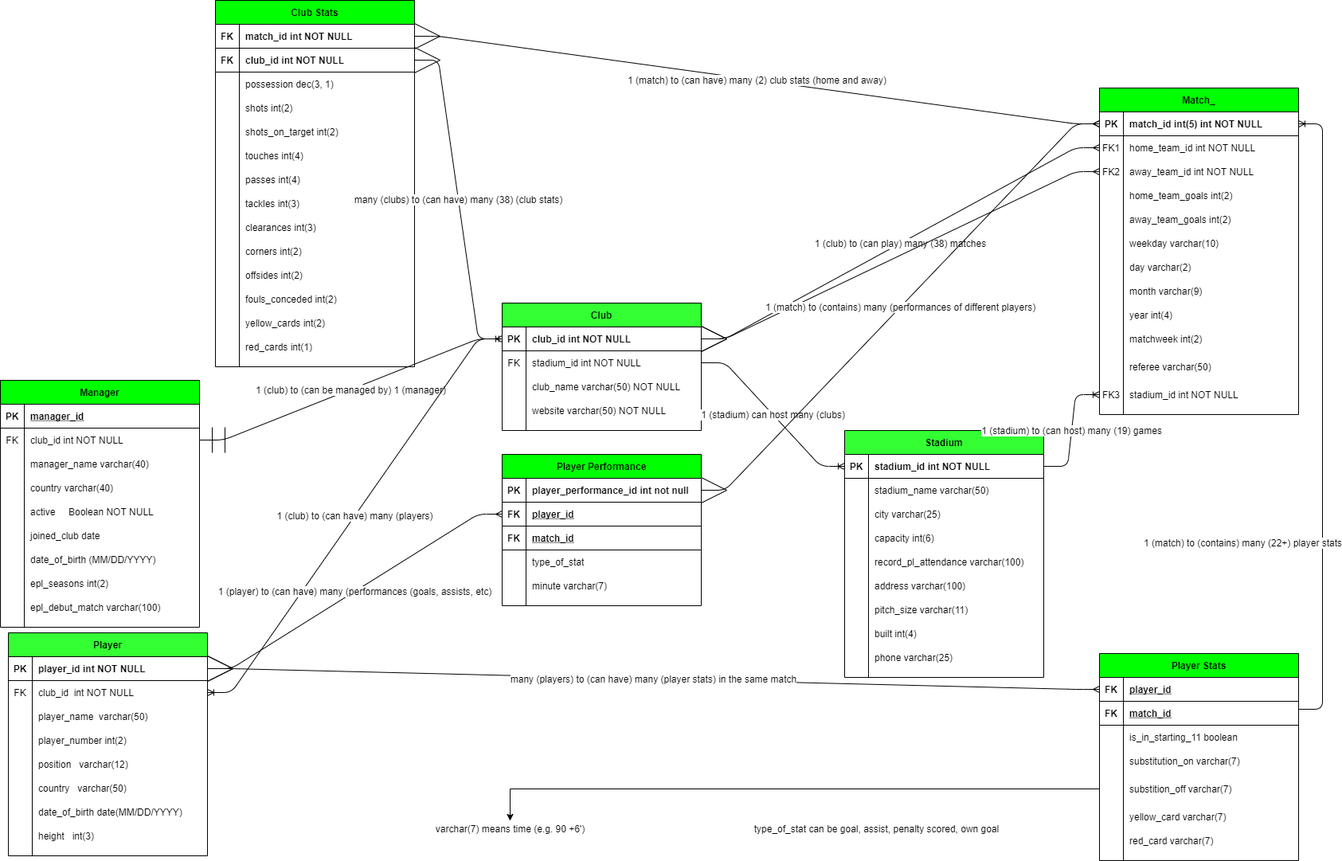
Above: Premier League Database Model.png in narekzamanyan97/Scraped-EPL-Data-Into-a-Database (draw.io), before the change. Source tidied: cells renumbered, new cells last; positions are measured from the earlier drawing's top-left corner, leaving out a move shared by most shapes.
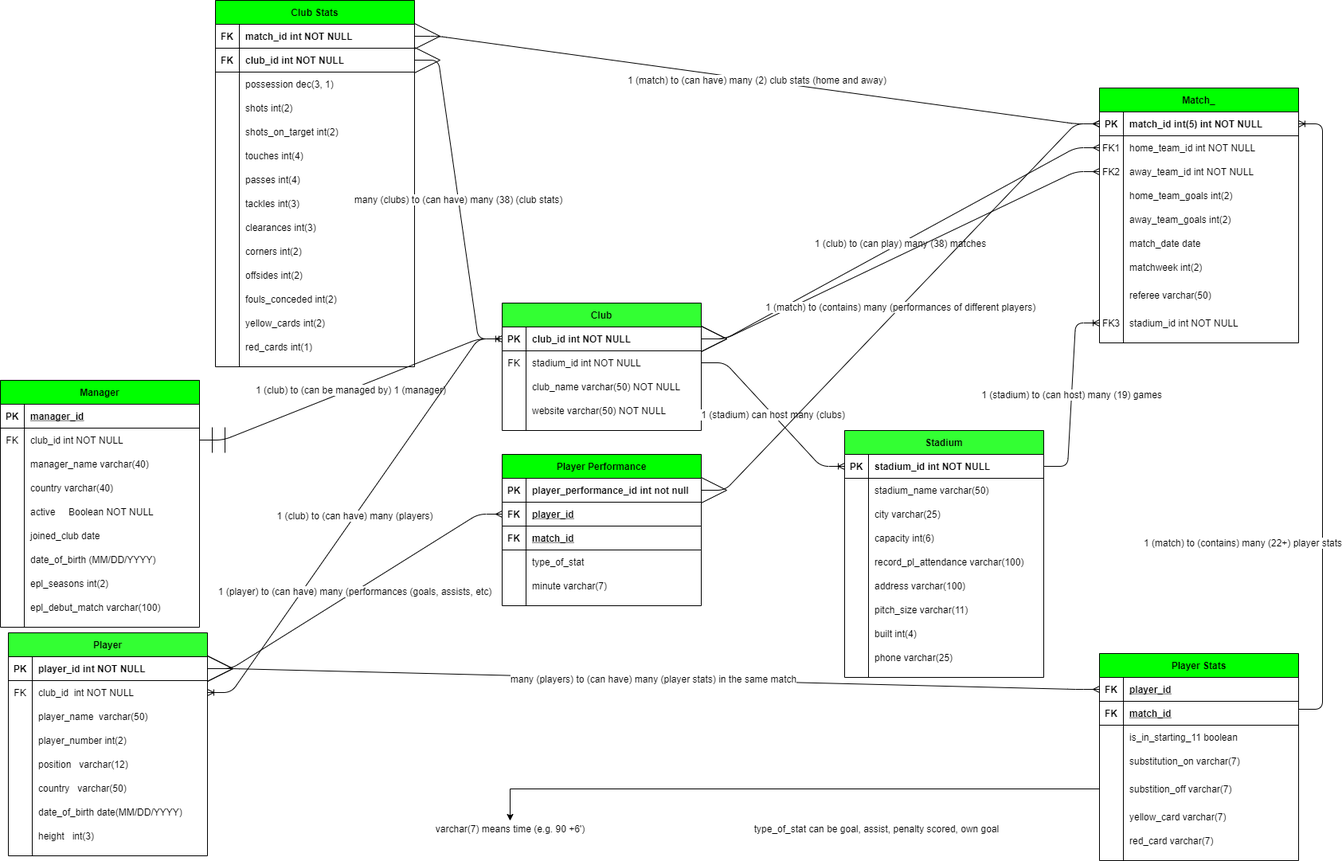
The same file after the commit.

Commit message:
Removed the weekday, day, month, and year, and added match_date column from the model..png

What changed in the source:
```diff
@@ -87,7 +87,7 @@
       <mxGeometry x="30" width="220" height="30" as="geometry" />
     </mxCell>
     <mxCell id="30" value="Match_" style="shape=table;startSize=30;rowLines=0;fontStyle=1;align=center;fillColor=#00FF00;" parent="1" vertex="1">
-      <mxGeometry x="1380" y="110" width="250" height="410" as="geometry" />
+      <mxGeometry x="1380" y="110" width="250" height="320" as="geometry" />
     </mxCell>
     <mxCell id="31" style="shape=partialRectangle;fillColor=none;points=[[0,0.5],[1,0.5]];portConstraint=eastwest;top=0;left=0;right=0;bottom=1;" parent="30" vertex="1">
       <mxGeometry y="30" width="250" height="30" as="geometry" />
@@ -134,44 +134,17 @@
     <mxCell id="45" value="away_team_goals int(2)" style="shape=partialRectangle;overflow=hidden;fillColor=none;top=0;left=0;bottom=0;right=0;align=left;spacingLeft=6;" parent="43" vertex="1">
       <mxGeometry x="30" width="220" height="30" as="geometry" />
     </mxCell>
-    <mxCell id="46" style="shape=partialRectangle;fillColor=none;top=0;left=0;right=0;bottom=0;" parent="30" vertex="1">
-      <mxGeometry y="180" width="250" height="30" as="geometry" />
-    </mxCell>
-    <mxCell id="47" style="shape=partialRectangle;overflow=hidden;fillColor=none;top=0;left=0;bottom=0;right=0;" parent="46" vertex="1">
-      <mxGeometry width="30" height="30" as="geometry" />
-    </mxCell>
-    <mxCell id="48" value="weekday varchar(10)" style="shape=partialRectangle;overflow=hidden;fillColor=none;top=0;left=0;bottom=0;right=0;align=left;spacingLeft=6;" parent="46" vertex="1">
-      <mxGeometry x="30" width="220" height="30" as="geometry" />
-    </mxCell>
-    <mxCell id="49" style="shape=partialRectangle;fillColor=none;top=0;left=0;right=0;bottom=0;" parent="30" vertex="1">
-      <mxGeometry y="210" width="250" height="30" as="geometry" />
-    </mxCell>
-    <mxCell id="50" style="shape=partialRectangle;overflow=hidden;fillColor=none;top=0;left=0;bottom=0;right=0;" parent="49" vertex="1">
-      <mxGeometry width="30" height="30" as="geometry" />
-    </mxCell>
-    <mxCell id="51" value="day varchar(2)" style="shape=partialRectangle;overflow=hidden;fillColor=none;top=0;left=0;bottom=0;right=0;align=left;spacingLeft=6;" parent="49" vertex="1">
-      <mxGeometry x="30" width="220" height="30" as="geometry" />
-    </mxCell>
-    <mxCell id="52" style="shape=partialRectangle;fillColor=none;top=0;left=0;right=0;bottom=0;" parent="30" vertex="1">
-      <mxGeometry y="240" width="250" height="30" as="geometry" />
-    </mxCell>
-    <mxCell id="53" style="shape=partialRectangle;overflow=hidden;fillColor=none;top=0;left=0;bottom=0;right=0;" parent="52" vertex="1">
-      <mxGeometry width="30" height="30" as="geometry" />
-    </mxCell>
-    <mxCell id="54" value="month varchar(9)" style="shape=partialRectangle;overflow=hidden;fillColor=none;top=0;left=0;bottom=0;right=0;align=left;spacingLeft=6;" parent="52" vertex="1">
-      <mxGeometry x="30" width="220" height="30" as="geometry" />
-    </mxCell>
     <mxCell id="55" style="shape=partialRectangle;fillColor=none;top=0;left=0;right=0;bottom=0;" parent="30" vertex="1">
-      <mxGeometry y="270" width="250" height="30" as="geometry" />
+      <mxGeometry y="180" width="250" height="30" as="geometry" />
     </mxCell>
     <mxCell id="56" style="shape=partialRectangle;overflow=hidden;fillColor=none;top=0;left=0;bottom=0;right=0;" parent="55" vertex="1">
       <mxGeometry width="30" height="30" as="geometry" />
     </mxCell>
-    <mxCell id="57" value="year int(4)" style="shape=partialRectangle;overflow=hidden;fillColor=none;top=0;left=0;bottom=0;right=0;align=left;spacingLeft=6;" parent="55" vertex="1">
+    <mxCell id="57" value="match_date date" style="shape=partialRectangle;overflow=hidden;fillColor=none;top=0;left=0;bottom=0;right=0;align=left;spacingLeft=6;" parent="55" vertex="1">
       <mxGeometry x="30" width="220" height="30" as="geometry" />
     </mxCell>
     <mxCell id="58" style="shape=partialRectangle;fillColor=none;top=0;left=0;right=0;bottom=0;" parent="30" vertex="1">
-      <mxGeometry y="300" width="250" height="30" as="geometry" />
+      <mxGeometry y="210" width="250" height="30" as="geometry" />
     </mxCell>
     <mxCell id="59" style="shape=partialRectangle;overflow=hidden;fillColor=none;top=0;left=0;bottom=0;right=0;" parent="58" vertex="1">
       <mxGeometry width="30" height="30" as="geometry" />
@@ -180,7 +153,7 @@
       <mxGeometry x="30" width="220" height="30" as="geometry" />
     </mxCell>
     <mxCell id="61" style="shape=partialRectangle;fillColor=none;top=0;left=0;right=0;bottom=0;" parent="30" vertex="1">
-      <mxGeometry y="330" width="250" height="40" as="geometry" />
+      <mxGeometry y="240" width="250" height="40" as="geometry" />
     </mxCell>
     <mxCell id="62" style="shape=partialRectangle;overflow=hidden;fillColor=none;top=0;left=0;bottom=0;right=0;" parent="61" vertex="1">
       <mxGeometry width="30" height="40" as="geometry" />
@@ -189,7 +162,7 @@
       <mxGeometry x="30" width="220" height="40" as="geometry" />
     </mxCell>
     <mxCell id="64" style="shape=partialRectangle;fillColor=none;points=[[0,0.5],[1,0.5]];portConstraint=eastwest;top=0;left=0;right=0;bottom=0;" parent="30" vertex="1">
-      <mxGeometry y="370" width="250" height="30" as="geometry" />
+      <mxGeometry y="280" width="250" height="30" as="geometry" />
     </mxCell>
     <mxCell id="65" value="FK3" style="shape=partialRectangle;overflow=hidden;fillColor=none;top=0;left=0;bottom=0;right=0;" parent="64" vertex="1">
       <mxGeometry width="30" height="30" as="geometry" />
```
